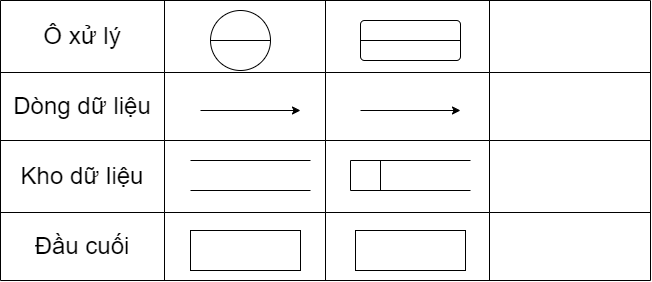
Before: Chương 5c.png, a diagram exported from draw.io (datnham0212/learning). Source tidied: cells renumbered, new cells last; positions are measured from the earlier drawing's top-left corner, leaving out a move shared by most shapes.
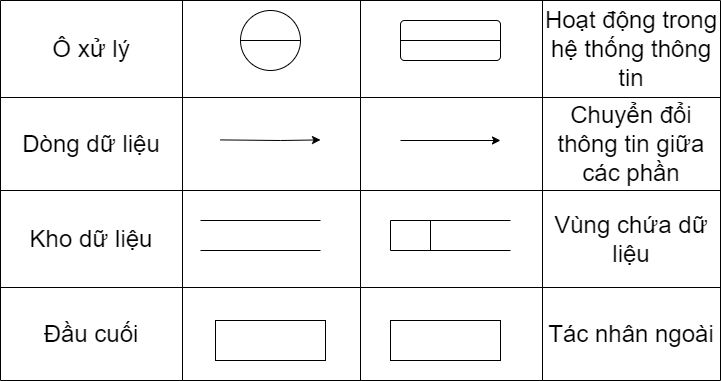
The same file after the commit.

The edit, as a diff of the source:
```diff
@@ -66,114 +66,117 @@
       <mxGeometry x="180" width="60" height="40" as="geometry" />
     </mxCell>
     <mxCell id="23" style="shape=table;startSize=0;fontSize=24;" parent="1" vertex="1">
-      <mxGeometry width="650" height="280" as="geometry" />
+      <mxGeometry y="-100" width="720" height="380" as="geometry" />
     </mxCell>
     <mxCell id="24" style="shape=tableRow;horizontal=0;startSize=0;swimlaneHead=0;swimlaneBody=0;strokeColor=inherit;top=0;left=0;bottom=0;right=0;fillColor=none;fontSize=24;" parent="23" vertex="1">
-      <mxGeometry width="650" height="72" as="geometry" />
+      <mxGeometry width="720" height="97" as="geometry" />
     </mxCell>
     <mxCell id="25" value="Ô xử lý" style="shape=partialRectangle;html=1;whiteSpace=wrap;strokeColor=inherit;overflow=hidden;fillColor=none;top=0;left=0;bottom=0;right=0;fontSize=24;" parent="24" vertex="1">
-      <mxGeometry width="164" height="72" as="geometry" />
+      <mxGeometry width="182" height="97" as="geometry" />
     </mxCell>
     <mxCell id="26" style="shape=partialRectangle;html=1;whiteSpace=wrap;strokeColor=inherit;overflow=hidden;fillColor=none;top=0;left=0;bottom=0;right=0;fontSize=24;" parent="24" vertex="1">
-      <mxGeometry x="164" width="161" height="72" as="geometry" />
+      <mxGeometry x="182" width="178" height="97" as="geometry" />
     </mxCell>
     <mxCell id="27" style="shape=partialRectangle;html=1;whiteSpace=wrap;strokeColor=inherit;overflow=hidden;fillColor=none;top=0;left=0;bottom=0;right=0;fontSize=24;" parent="24" vertex="1">
-      <mxGeometry x="325" width="164" height="72" as="geometry" />
+      <mxGeometry x="360" width="182" height="97" as="geometry" />
     </mxCell>
-    <mxCell id="28" style="shape=partialRectangle;html=1;whiteSpace=wrap;strokeColor=inherit;overflow=hidden;fillColor=none;top=0;left=0;bottom=0;right=0;fontSize=24;" parent="24" vertex="1">
-      <mxGeometry x="489" width="161" height="72" as="geometry" />
+    <mxCell id="28" value="Hoạt động trong hệ thống thông tin" style="shape=partialRectangle;html=1;whiteSpace=wrap;strokeColor=inherit;overflow=hidden;fillColor=none;top=0;left=0;bottom=0;right=0;fontSize=24;" parent="24" vertex="1">
+      <mxGeometry x="542" width="178" height="97" as="geometry" />
     </mxCell>
     <mxCell id="29" style="shape=tableRow;horizontal=0;startSize=0;swimlaneHead=0;swimlaneBody=0;strokeColor=inherit;top=0;left=0;bottom=0;right=0;fillColor=none;fontSize=24;" parent="23" vertex="1">
-      <mxGeometry y="72" width="650" height="68" as="geometry" />
+      <mxGeometry y="97" width="720" height="93" as="geometry" />
     </mxCell>
     <mxCell id="30" value="Dòng dữ liệu" style="shape=partialRectangle;html=1;whiteSpace=wrap;strokeColor=inherit;overflow=hidden;fillColor=none;top=0;left=0;bottom=0;right=0;fontSize=24;" parent="29" vertex="1">
-      <mxGeometry width="164" height="68" as="geometry" />
+      <mxGeometry width="182" height="93" as="geometry" />
     </mxCell>
     <mxCell id="31" style="shape=partialRectangle;html=1;whiteSpace=wrap;strokeColor=inherit;overflow=hidden;fillColor=none;top=0;left=0;bottom=0;right=0;fontSize=24;" parent="29" vertex="1">
-      <mxGeometry x="164" width="161" height="68" as="geometry" />
+      <mxGeometry x="182" width="178" height="93" as="geometry" />
     </mxCell>
     <mxCell id="32" style="shape=partialRectangle;html=1;whiteSpace=wrap;strokeColor=inherit;overflow=hidden;fillColor=none;top=0;left=0;bottom=0;right=0;fontSize=24;" parent="29" vertex="1">
-      <mxGeometry x="325" width="164" height="68" as="geometry" />
+      <mxGeometry x="360" width="182" height="93" as="geometry" />
     </mxCell>
-    <mxCell id="33" style="shape=partialRectangle;html=1;whiteSpace=wrap;strokeColor=inherit;overflow=hidden;fillColor=none;top=0;left=0;bottom=0;right=0;fontSize=24;" parent="29" vertex="1">
-      <mxGeometry x="489" width="161" height="68" as="geometry" />
+    <mxCell id="33" value="Chuyển đổi thông tin giữa các phần" style="shape=partialRectangle;html=1;whiteSpace=wrap;strokeColor=inherit;overflow=hidden;fillColor=none;top=0;left=0;bottom=0;right=0;fontSize=24;" parent="29" vertex="1">
+      <mxGeometry x="542" width="178" height="93" as="geometry" />
     </mxCell>
     <mxCell id="34" style="shape=tableRow;horizontal=0;startSize=0;swimlaneHead=0;swimlaneBody=0;strokeColor=inherit;top=0;left=0;bottom=0;right=0;fillColor=none;fontSize=24;" parent="23" vertex="1">
-      <mxGeometry y="140" width="650" height="72" as="geometry" />
+      <mxGeometry y="190" width="720" height="97" as="geometry" />
     </mxCell>
     <mxCell id="35" value="Kho dữ liệu" style="shape=partialRectangle;html=1;whiteSpace=wrap;strokeColor=inherit;overflow=hidden;fillColor=none;top=0;left=0;bottom=0;right=0;fontSize=24;" parent="34" vertex="1">
-      <mxGeometry width="164" height="72" as="geometry" />
+      <mxGeometry width="182" height="97" as="geometry" />
     </mxCell>
     <mxCell id="36" style="shape=partialRectangle;html=1;whiteSpace=wrap;strokeColor=inherit;overflow=hidden;fillColor=none;top=0;left=0;bottom=0;right=0;fontSize=24;" parent="34" vertex="1">
-      <mxGeometry x="164" width="161" height="72" as="geometry" />
+      <mxGeometry x="182" width="178" height="97" as="geometry" />
     </mxCell>
     <mxCell id="37" style="shape=partialRectangle;html=1;whiteSpace=wrap;strokeColor=inherit;overflow=hidden;fillColor=none;top=0;left=0;bottom=0;right=0;fontSize=24;" parent="34" vertex="1">
-      <mxGeometry x="325" width="164" height="72" as="geometry" />
+      <mxGeometry x="360" width="182" height="97" as="geometry" />
     </mxCell>
-    <mxCell id="38" style="shape=partialRectangle;html=1;whiteSpace=wrap;strokeColor=inherit;overflow=hidden;fillColor=none;top=0;left=0;bottom=0;right=0;fontSize=24;" parent="34" vertex="1">
-      <mxGeometry x="489" width="161" height="72" as="geometry" />
+    <mxCell id="38" value="Vùng chứa dữ liệu" style="shape=partialRectangle;html=1;whiteSpace=wrap;strokeColor=inherit;overflow=hidden;fillColor=none;top=0;left=0;bottom=0;right=0;fontSize=24;" parent="34" vertex="1">
+      <mxGeometry x="542" width="178" height="97" as="geometry" />
     </mxCell>
     <mxCell id="39" style="shape=tableRow;horizontal=0;startSize=0;swimlaneHead=0;swimlaneBody=0;strokeColor=inherit;top=0;left=0;bottom=0;right=0;fillColor=none;fontSize=24;" parent="23" vertex="1">
-      <mxGeometry y="212" width="650" height="68" as="geometry" />
+      <mxGeometry y="287" width="720" height="93" as="geometry" />
     </mxCell>
     <mxCell id="40" value="Đầu cuối" style="shape=partialRectangle;html=1;whiteSpace=wrap;strokeColor=inherit;overflow=hidden;fillColor=none;top=0;left=0;bottom=0;right=0;fontSize=24;" parent="39" vertex="1">
-      <mxGeometry width="164" height="68" as="geometry" />
+      <mxGeometry width="182" height="93" as="geometry" />
     </mxCell>
     <mxCell id="41" style="shape=partialRectangle;html=1;whiteSpace=wrap;strokeColor=inherit;overflow=hidden;fillColor=none;top=0;left=0;bottom=0;right=0;fontSize=24;" parent="39" vertex="1">
-      <mxGeometry x="164" width="161" height="68" as="geometry" />
+      <mxGeometry x="182" width="178" height="93" as="geometry" />
     </mxCell>
     <mxCell id="42" style="shape=partialRectangle;html=1;whiteSpace=wrap;strokeColor=inherit;overflow=hidden;fillColor=none;top=0;left=0;bottom=0;right=0;fontSize=24;" parent="39" vertex="1">
-      <mxGeometry x="325" width="164" height="68" as="geometry" />
+      <mxGeometry x="360" width="182" height="93" as="geometry" />
     </mxCell>
-    <mxCell id="43" style="shape=partialRectangle;html=1;whiteSpace=wrap;strokeColor=inherit;overflow=hidden;fillColor=none;top=0;left=0;bottom=0;right=0;fontSize=24;" parent="39" vertex="1">
-      <mxGeometry x="489" width="161" height="68" as="geometry" />
+    <mxCell id="43" value="Tác nhân ngoài" style="shape=partialRectangle;html=1;whiteSpace=wrap;strokeColor=inherit;overflow=hidden;fillColor=none;top=0;left=0;bottom=0;right=0;fontSize=24;" parent="39" vertex="1">
+      <mxGeometry x="542" width="178" height="93" as="geometry" />
     </mxCell>
     <mxCell id="44" style="shape=lineEllipse;perimeter=ellipsePerimeter;whiteSpace=wrap;html=1;backgroundOutline=1;" parent="1" vertex="1">
-      <mxGeometry x="210" y="10" width="60" height="60" as="geometry" />
+      <mxGeometry x="240" y="-90" width="60" height="60" as="geometry" />
     </mxCell>
     <mxCell id="45" style="endArrow=classic;html=1;rounded=0;" parent="1" edge="1">
       <mxGeometry relative="1" as="geometry">
-        <mxPoint x="200" y="110" as="sourcePoint" />
-        <mxPoint x="300" y="110" as="targetPoint" />
+        <mxPoint x="220" y="39.4" as="sourcePoint" />
+        <mxPoint x="320" y="39.4" as="targetPoint" />
+        <Array as="points">
+          <mxPoint x="280" y="40" />
+        </Array>
       </mxGeometry>
     </mxCell>
     <mxCell id="46" style="endArrow=classic;html=1;rounded=0;" parent="1" edge="1">
       <mxGeometry relative="1" as="geometry">
-        <mxPoint x="360" y="110" as="sourcePoint" />
-        <mxPoint x="460" y="110" as="targetPoint" />
+        <mxPoint x="400" y="40" as="sourcePoint" />
+        <mxPoint x="500" y="40" as="targetPoint" />
       </mxGeometry>
     </mxCell>
     <mxCell id="47" style="shape=partialRectangle;whiteSpace=wrap;html=1;left=0;right=0;fillColor=none;" parent="1" vertex="1">
-      <mxGeometry x="190" y="160" width="120" height="30" as="geometry" />
+      <mxGeometry x="200" y="120" width="120" height="30" as="geometry" />
     </mxCell>
     <mxCell id="48" style="shape=partialRectangle;whiteSpace=wrap;html=1;left=0;right=0;fillColor=none;" parent="1" vertex="1">
-      <mxGeometry x="350" y="160" width="120" height="30" as="geometry" />
+      <mxGeometry x="390" y="120" width="120" height="30" as="geometry" />
     </mxCell>
     <mxCell id="49" style="endArrow=none;html=1;rounded=0;" parent="1" edge="1">
       <mxGeometry relative="1" as="geometry">
-        <mxPoint x="350" y="190" as="sourcePoint" />
-        <mxPoint x="350" y="160" as="targetPoint" />
+        <mxPoint x="390" y="150" as="sourcePoint" />
+        <mxPoint x="390" y="120" as="targetPoint" />
       </mxGeometry>
     </mxCell>
     <mxCell id="50" style="endArrow=none;html=1;rounded=0;" parent="1" edge="1">
       <mxGeometry relative="1" as="geometry">
-        <mxPoint x="380" y="190" as="sourcePoint" />
-        <mxPoint x="380" y="160" as="targetPoint" />
+        <mxPoint x="430" y="150" as="sourcePoint" />
+        <mxPoint x="430" y="120" as="targetPoint" />
       </mxGeometry>
     </mxCell>
     <mxCell id="51" style="rounded=0;whiteSpace=wrap;html=1;" parent="1" vertex="1">
-      <mxGeometry x="190" y="230" width="110" height="40" as="geometry" />
+      <mxGeometry x="215" y="220" width="110" height="40" as="geometry" />
     </mxCell>
     <mxCell id="52" style="rounded=0;whiteSpace=wrap;html=1;" parent="1" vertex="1">
-      <mxGeometry x="355" y="230" width="110" height="40" as="geometry" />
+      <mxGeometry x="390" y="220" width="110" height="40" as="geometry" />
     </mxCell>
     <mxCell id="53" style="rounded=1;arcSize=10;whiteSpace=wrap;html=1;align=center;" parent="1" vertex="1">
-      <mxGeometry x="360" y="20" width="100" height="40" as="geometry" />
+      <mxGeometry x="400" y="-80" width="100" height="40" as="geometry" />
     </mxCell>
-    <mxCell id="54" style="endArrow=none;html=1;rounded=0;entryX=1;entryY=0.5;entryDx=0;entryDy=0;" parent="1" edge="1" target="53">
-      <mxGeometry relative="1" as="geometry">
-        <mxPoint x="360" y="40" as="sourcePoint" />
-      </mxGeometry>
-    </mxCell>
+    <mxCell id="55" style="endArrow=none;html=1;rounded=0;entryX=1;entryY=0.5;entryDx=0;entryDy=0;" parent="1" edge="1" target="53">
+      <mxGeometry relative="1" as="geometry">
+        <mxPoint x="400" y="-60" as="sourcePoint" />
+      </mxGeometry>
+    </mxCell>
   </root>
 </mxGraphModel>
```
